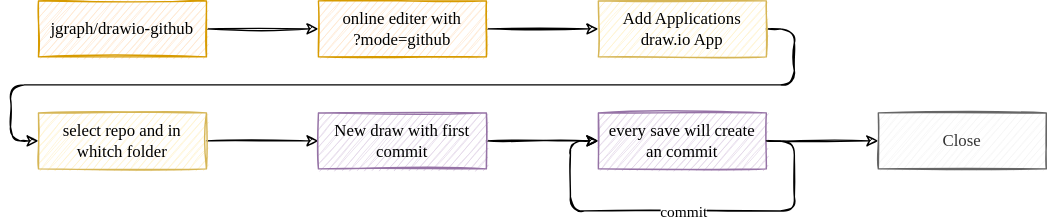
This is demo/drawio_in_github.drawio.svg from toomore/drawio, a draw.io export, as it was before one commit. Source tidied: cells renumbered, new cells last; positions are measured from the earlier drawing's top-left corner, leaving out a move shared by most shapes.
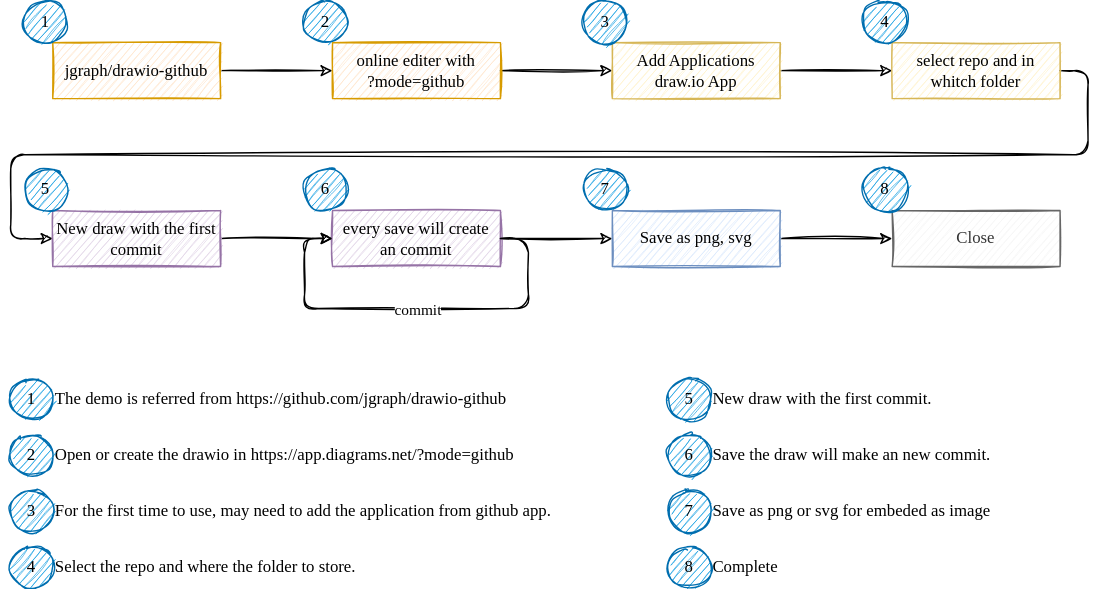
The same diagram one commit later.

The edit, as a diff of the source:
```diff
@@ -2,57 +2,142 @@
   <root>
     <mxCell id="0" />
     <mxCell id="1" parent="0" />
-    <mxCell id="2" style="edgeStyle=orthogonalEdgeStyle;jettySize=auto;html=1;fontFamily=粉圓體;fontSource=https%3A%2F%2Fgithub.com%2Fjustfont%2Fopen-huninn-font%2Fraw%2Fmaster%2Ffont%2Fjf-openhuninn-1.1.ttf;sketch=1;" parent="1" edge="1" source="3" target="5">
+    <mxCell id="2" style="edgeStyle=orthogonalEdgeStyle;jettySize=auto;html=1;fontFamily=粉圓體;fontSource=https%3A%2F%2Fgithub.com%2Fjustfont%2Fopen-huninn-font%2Fraw%2Fmaster%2Ffont%2Fjf-openhuninn-1.1.ttf;rounded=1;sketch=1;" parent="1" edge="1" source="3" target="5">
       <mxGeometry relative="1" as="geometry" />
     </mxCell>
-    <mxCell id="3" value="jgraph/drawio-github" style="whiteSpace=wrap;html=1;fontFamily=粉圓體;fontSource=https%3A%2F%2Fgithub.com%2Fjustfont%2Fopen-huninn-font%2Fraw%2Fmaster%2Ffont%2Fjf-openhuninn-1.1.ttf;fillColor=#ffe6cc;strokeColor=#d79b00;sketch=1;" parent="1" vertex="1">
-      <mxGeometry width="120" height="40" as="geometry" />
+    <mxCell id="3" value="jgraph/drawio-github" style="rounded=0;whiteSpace=wrap;html=1;fontFamily=粉圓體;fontSource=https%3A%2F%2Fgithub.com%2Fjustfont%2Fopen-huninn-font%2Fraw%2Fmaster%2Ffont%2Fjf-openhuninn-1.1.ttf;fillColor=#ffe6cc;strokeColor=#d79b00;sketch=1;" parent="1" vertex="1">
+      <mxGeometry x="10" y="10" width="120" height="40" as="geometry" />
     </mxCell>
-    <mxCell id="4" style="edgeStyle=orthogonalEdgeStyle;jettySize=auto;html=1;fontFamily=粉圓體;fontSource=https%3A%2F%2Fgithub.com%2Fjustfont%2Fopen-huninn-font%2Fraw%2Fmaster%2Ffont%2Fjf-openhuninn-1.1.ttf;sketch=1;" parent="1" edge="1" source="5" target="7">
+    <mxCell id="4" style="edgeStyle=orthogonalEdgeStyle;jettySize=auto;html=1;fontFamily=粉圓體;fontSource=https%3A%2F%2Fgithub.com%2Fjustfont%2Fopen-huninn-font%2Fraw%2Fmaster%2Ffont%2Fjf-openhuninn-1.1.ttf;rounded=1;sketch=1;" parent="1" edge="1" source="5" target="7">
       <mxGeometry relative="1" as="geometry" />
     </mxCell>
-    <mxCell id="5" value="online editer with&lt;br&gt;?mode=github" style="whiteSpace=wrap;html=1;fontFamily=粉圓體;fontSource=https%3A%2F%2Fgithub.com%2Fjustfont%2Fopen-huninn-font%2Fraw%2Fmaster%2Ffont%2Fjf-openhuninn-1.1.ttf;fillColor=#ffe6cc;strokeColor=#d79b00;sketch=1;" parent="1" vertex="1">
-      <mxGeometry x="200" width="120" height="40" as="geometry" />
+    <mxCell id="5" value="online editer with&lt;br&gt;?mode=github" style="rounded=0;whiteSpace=wrap;html=1;fontFamily=粉圓體;fontSource=https%3A%2F%2Fgithub.com%2Fjustfont%2Fopen-huninn-font%2Fraw%2Fmaster%2Ffont%2Fjf-openhuninn-1.1.ttf;fillColor=#ffe6cc;strokeColor=#d79b00;sketch=1;" parent="1" vertex="1">
+      <mxGeometry x="210" y="10" width="120" height="40" as="geometry" />
     </mxCell>
-    <mxCell id="6" style="edgeStyle=orthogonalEdgeStyle;jettySize=auto;html=1;exitX=1;exitY=0.5;exitDx=0;exitDy=0;entryX=0;entryY=0.5;entryDx=0;entryDy=0;fontFamily=粉圓體;fontSource=https%3A%2F%2Fgithub.com%2Fjustfont%2Fopen-huninn-font%2Fraw%2Fmaster%2Ffont%2Fjf-openhuninn-1.1.ttf;sketch=1;" parent="1" edge="1" source="7" target="9">
+    <mxCell id="6" style="edgeStyle=orthogonalEdgeStyle;rounded=0;jettySize=auto;html=1;exitX=1;exitY=0.5;exitDx=0;exitDy=0;entryX=0;entryY=0.5;entryDx=0;entryDy=0;fontFamily=粉圓體;fontSource=https%3A%2F%2Fgithub.com%2Fjustfont%2Fopen-huninn-font%2Fraw%2Fmaster%2Ffont%2Fjf-openhuninn-1.1.ttf;fontColor=#000000;sketch=1;" parent="1" edge="1" source="7" target="9">
       <mxGeometry relative="1" as="geometry" />
     </mxCell>
-    <mxCell id="7" value="Add Applications&lt;br&gt;draw.io App" style="whiteSpace=wrap;html=1;fontFamily=粉圓體;fontSource=https%3A%2F%2Fgithub.com%2Fjustfont%2Fopen-huninn-font%2Fraw%2Fmaster%2Ffont%2Fjf-openhuninn-1.1.ttf;fillColor=#fff2cc;strokeColor=#d6b656;sketch=1;" parent="1" vertex="1">
-      <mxGeometry x="400" width="120" height="40" as="geometry" />
+    <mxCell id="7" value="Add Applications&lt;br&gt;draw.io App" style="rounded=0;whiteSpace=wrap;html=1;fontFamily=粉圓體;fontSource=https%3A%2F%2Fgithub.com%2Fjustfont%2Fopen-huninn-font%2Fraw%2Fmaster%2Ffont%2Fjf-openhuninn-1.1.ttf;fillColor=#fff2cc;strokeColor=#d6b656;sketch=1;" parent="1" vertex="1">
+      <mxGeometry x="410" y="10" width="120" height="40" as="geometry" />
     </mxCell>
-    <mxCell id="8" style="edgeStyle=orthogonalEdgeStyle;jettySize=auto;html=1;fontFamily=粉圓體;fontSource=https%3A%2F%2Fgithub.com%2Fjustfont%2Fopen-huninn-font%2Fraw%2Fmaster%2Ffont%2Fjf-openhuninn-1.1.ttf;sketch=1;" parent="1" edge="1" source="9" target="11">
-      <mxGeometry relative="1" as="geometry" />
-    </mxCell>
+    <mxCell id="17" style="edgeStyle=orthogonalEdgeStyle;rounded=1;jettySize=auto;html=1;exitX=1;exitY=0.5;exitDx=0;exitDy=0;entryX=0;entryY=0.5;entryDx=0;entryDy=0;fontFamily=粉圓體;fontSource=https%3A%2F%2Fgithub.com%2Fjustfont%2Fopen-huninn-font%2Fraw%2Fmaster%2Ffont%2Fjf-openhuninn-1.1.ttf;fontColor=#000000;sketch=1;" parent="1" edge="1" source="9" target="19">
+      <mxGeometry relative="1" as="geometry">
+        <Array as="points">
+          <mxPoint x="750" y="30" />
+          <mxPoint x="750" y="90" />
+          <mxPoint x="-20" y="90" />
+          <mxPoint x="-20" y="150" />
+        </Array>
+      </mxGeometry>
+    </mxCell>
-    <mxCell id="9" value="select repo and in whitch folder" style="whiteSpace=wrap;html=1;fontFamily=粉圓體;fontSource=https%3A%2F%2Fgithub.com%2Fjustfont%2Fopen-huninn-font%2Fraw%2Fmaster%2Ffont%2Fjf-openhuninn-1.1.ttf;fillColor=#fff2cc;strokeColor=#d6b656;sketch=1;" parent="1" vertex="1">
-      <mxGeometry y="80" width="120" height="40" as="geometry" />
+    <mxCell id="9" value="select repo and in whitch folder" style="rounded=0;whiteSpace=wrap;html=1;fontFamily=粉圓體;fontSource=https%3A%2F%2Fgithub.com%2Fjustfont%2Fopen-huninn-font%2Fraw%2Fmaster%2Ffont%2Fjf-openhuninn-1.1.ttf;fillColor=#fff2cc;strokeColor=#d6b656;sketch=1;" parent="1" vertex="1">
+      <mxGeometry x="610" y="10" width="120" height="40" as="geometry" />
     </mxCell>
-    <mxCell id="10" style="edgeStyle=orthogonalEdgeStyle;jettySize=auto;html=1;fontFamily=粉圓體;fontSource=https%3A%2F%2Fgithub.com%2Fjustfont%2Fopen-huninn-font%2Fraw%2Fmaster%2Ffont%2Fjf-openhuninn-1.1.ttf;sketch=1;" parent="1" edge="1" source="11" target="13">
-      <mxGeometry relative="1" as="geometry" />
-    </mxCell>
-    <mxCell id="11" value="New draw with first commit" style="whiteSpace=wrap;html=1;fontFamily=粉圓體;fontSource=https%3A%2F%2Fgithub.com%2Fjustfont%2Fopen-huninn-font%2Fraw%2Fmaster%2Ffont%2Fjf-openhuninn-1.1.ttf;fillColor=#e1d5e7;strokeColor=#9673a6;sketch=1;" parent="1" vertex="1">
-      <mxGeometry x="200" y="80" width="120" height="40" as="geometry" />
-    </mxCell>
-    <mxCell id="12" style="edgeStyle=orthogonalEdgeStyle;jettySize=auto;html=1;fontFamily=粉圓體;fontSource=https%3A%2F%2Fgithub.com%2Fjustfont%2Fopen-huninn-font%2Fraw%2Fmaster%2Ffont%2Fjf-openhuninn-1.1.ttf;sketch=1;" parent="1" edge="1" source="13" target="16">
-      <mxGeometry relative="1" as="geometry" />
-    </mxCell>
+    <mxCell id="18" style="edgeStyle=orthogonalEdgeStyle;rounded=1;jettySize=auto;html=1;fontFamily=粉圓體;fontSource=https%3A%2F%2Fgithub.com%2Fjustfont%2Fopen-huninn-font%2Fraw%2Fmaster%2Ffont%2Fjf-openhuninn-1.1.ttf;sketch=1;" parent="1" edge="1" source="19" target="13">
+      <mxGeometry relative="1" as="geometry" />
+    </mxCell>
+    <mxCell id="19" value="New draw with the first commit" style="rounded=0;whiteSpace=wrap;html=1;fontFamily=粉圓體;fontSource=https%3A%2F%2Fgithub.com%2Fjustfont%2Fopen-huninn-font%2Fraw%2Fmaster%2Ffont%2Fjf-openhuninn-1.1.ttf;fillColor=#e1d5e7;strokeColor=#9673a6;sketch=1;" parent="1" vertex="1">
+      <mxGeometry x="10" y="130" width="120" height="40" as="geometry" />
+    </mxCell>
+    <mxCell id="20" style="edgeStyle=orthogonalEdgeStyle;rounded=1;jettySize=auto;html=1;exitX=1;exitY=0.5;exitDx=0;exitDy=0;entryX=0;entryY=0.5;entryDx=0;entryDy=0;fontFamily=粉圓體;fontSource=https%3A%2F%2Fgithub.com%2Fjustfont%2Fopen-huninn-font%2Fraw%2Fmaster%2Ffont%2Fjf-openhuninn-1.1.ttf;fontColor=#000000;sketch=1;" parent="1" edge="1" source="13" target="43">
+      <mxGeometry relative="1" as="geometry" />
+    </mxCell>
-    <mxCell id="13" value="every save will create an commit" style="whiteSpace=wrap;html=1;fontFamily=粉圓體;fontSource=https%3A%2F%2Fgithub.com%2Fjustfont%2Fopen-huninn-font%2Fraw%2Fmaster%2Ffont%2Fjf-openhuninn-1.1.ttf;fillColor=#e1d5e7;strokeColor=#9673a6;sketch=1;" parent="1" vertex="1">
-      <mxGeometry x="400" y="80" width="120" height="40" as="geometry" />
+    <mxCell id="13" value="every save will create an commit" style="rounded=0;whiteSpace=wrap;html=1;fontFamily=粉圓體;fontSource=https%3A%2F%2Fgithub.com%2Fjustfont%2Fopen-huninn-font%2Fraw%2Fmaster%2Ffont%2Fjf-openhuninn-1.1.ttf;fillColor=#e1d5e7;strokeColor=#9673a6;sketch=1;" parent="1" vertex="1">
+      <mxGeometry x="210" y="130" width="120" height="40" as="geometry" />
     </mxCell>
-    <mxCell id="14" style="edgeStyle=orthogonalEdgeStyle;orthogonalLoop=1;jettySize=auto;html=1;exitX=1;exitY=0.5;exitDx=0;exitDy=0;entryX=0;entryY=0.5;entryDx=0;entryDy=0;fontFamily=粉圓體;fontSource=https%3A%2F%2Fgithub.com%2Fjustfont%2Fopen-huninn-font%2Fraw%2Fmaster%2Ffont%2Fjf-openhuninn-1.1.ttf;sketch=1;" parent="1" edge="1" source="13" target="13">
+    <mxCell id="14" style="edgeStyle=orthogonalEdgeStyle;rounded=1;orthogonalLoop=1;jettySize=auto;html=1;exitX=1;exitY=0.5;exitDx=0;exitDy=0;entryX=0;entryY=0.5;entryDx=0;entryDy=0;fontFamily=粉圓體;fontSource=https%3A%2F%2Fgithub.com%2Fjustfont%2Fopen-huninn-font%2Fraw%2Fmaster%2Ffont%2Fjf-openhuninn-1.1.ttf;sketch=1;" parent="1" edge="1" source="13" target="13">
       <mxGeometry relative="1" as="geometry">
         <Array as="points">
-          <mxPoint x="540" y="100" />
-          <mxPoint x="540" y="150" />
-          <mxPoint x="380" y="150" />
-          <mxPoint x="380" y="100" />
+          <mxPoint x="350" y="150" />
+          <mxPoint x="350" y="200" />
+          <mxPoint x="190" y="200" />
+          <mxPoint x="190" y="150" />
         </Array>
       </mxGeometry>
     </mxCell>
-    <mxCell id="15" value="commit" style="edgeLabel;html=1;align=center;verticalAlign=middle;fontFamily=粉圓體;sketch=1;" parent="14" vertex="1">
+    <mxCell id="15" value="commit" style="edgeLabel;html=1;align=center;verticalAlign=middle;fontFamily=粉圓體;fontSource=https%3A%2F%2Fgithub.com%2Fjustfont%2Fopen-huninn-font%2Fraw%2Fmaster%2Ffont%2Fjf-openhuninn-1.1.ttf;sketch=1;" parent="14" vertex="1">
       <mxGeometry relative="1" as="geometry" />
     </mxCell>
-    <mxCell id="16" value="Close" style="whiteSpace=wrap;html=1;fontFamily=粉圓體;fontSource=https%3A%2F%2Fgithub.com%2Fjustfont%2Fopen-huninn-font%2Fraw%2Fmaster%2Ffont%2Fjf-openhuninn-1.1.ttf;fillColor=#f5f5f5;fontColor=#333333;strokeColor=#666666;sketch=1;" parent="1" vertex="1">
-      <mxGeometry x="600" y="80" width="120" height="40" as="geometry" />
+    <mxCell id="16" value="Close" style="rounded=0;whiteSpace=wrap;html=1;fontFamily=粉圓體;fontSource=https%3A%2F%2Fgithub.com%2Fjustfont%2Fopen-huninn-font%2Fraw%2Fmaster%2Ffont%2Fjf-openhuninn-1.1.ttf;fillColor=#f5f5f5;fontColor=#333333;strokeColor=#666666;sketch=1;" parent="1" vertex="1">
+      <mxGeometry x="610" y="130" width="120" height="40" as="geometry" />
     </mxCell>
+    <mxCell id="21" value="&lt;font color=&quot;#000000&quot;&gt;1&lt;/font&gt;" style="ellipse;whiteSpace=wrap;html=1;fontFamily=粉圓體;fontSource=https%3A%2F%2Fgithub.com%2Fjustfont%2Fopen-huninn-font%2Fraw%2Fmaster%2Ffont%2Fjf-openhuninn-1.1.ttf;fillColor=#1ba1e2;strokeColor=#006EAF;fontColor=#ffffff;sketch=1;" parent="1" vertex="1">
+      <mxGeometry x="-10" y="-20" width="30" height="30" as="geometry" />
+    </mxCell>
+    <mxCell id="22" value="&lt;font color=&quot;#000000&quot;&gt;2&lt;/font&gt;" style="ellipse;whiteSpace=wrap;html=1;fontFamily=粉圓體;fontSource=https%3A%2F%2Fgithub.com%2Fjustfont%2Fopen-huninn-font%2Fraw%2Fmaster%2Ffont%2Fjf-openhuninn-1.1.ttf;fillColor=#1ba1e2;strokeColor=#006EAF;fontColor=#ffffff;sketch=1;" parent="1" vertex="1">
+      <mxGeometry x="190" y="-20" width="30" height="30" as="geometry" />
+    </mxCell>
+    <mxCell id="23" value="&lt;font color=&quot;#000000&quot;&gt;3&lt;/font&gt;" style="ellipse;whiteSpace=wrap;html=1;fontFamily=粉圓體;fontSource=https%3A%2F%2Fgithub.com%2Fjustfont%2Fopen-huninn-font%2Fraw%2Fmaster%2Ffont%2Fjf-openhuninn-1.1.ttf;fillColor=#1ba1e2;strokeColor=#006EAF;fontColor=#ffffff;sketch=1;" parent="1" vertex="1">
+      <mxGeometry x="390" y="-20" width="30" height="30" as="geometry" />
+    </mxCell>
+    <mxCell id="24" value="&lt;font color=&quot;#000000&quot;&gt;4&lt;/font&gt;" style="ellipse;whiteSpace=wrap;html=1;fontFamily=粉圓體;fontSource=https%3A%2F%2Fgithub.com%2Fjustfont%2Fopen-huninn-font%2Fraw%2Fmaster%2Ffont%2Fjf-openhuninn-1.1.ttf;fillColor=#1ba1e2;strokeColor=#006EAF;fontColor=#ffffff;sketch=1;" parent="1" vertex="1">
+      <mxGeometry x="590" y="-20" width="30" height="30" as="geometry" />
+    </mxCell>
+    <mxCell id="25" value="&lt;font color=&quot;#000000&quot;&gt;5&lt;/font&gt;" style="ellipse;whiteSpace=wrap;html=1;fontFamily=粉圓體;fontSource=https%3A%2F%2Fgithub.com%2Fjustfont%2Fopen-huninn-font%2Fraw%2Fmaster%2Ffont%2Fjf-openhuninn-1.1.ttf;fillColor=#1ba1e2;strokeColor=#006EAF;fontColor=#ffffff;sketch=1;" parent="1" vertex="1">
+      <mxGeometry x="-10" y="100" width="30" height="30" as="geometry" />
+    </mxCell>
+    <mxCell id="26" value="&lt;font color=&quot;#000000&quot;&gt;6&lt;/font&gt;" style="ellipse;whiteSpace=wrap;html=1;fontFamily=粉圓體;fontSource=https%3A%2F%2Fgithub.com%2Fjustfont%2Fopen-huninn-font%2Fraw%2Fmaster%2Ffont%2Fjf-openhuninn-1.1.ttf;fillColor=#1ba1e2;strokeColor=#006EAF;fontColor=#ffffff;sketch=1;" parent="1" vertex="1">
+      <mxGeometry x="190" y="100" width="30" height="30" as="geometry" />
+    </mxCell>
+    <mxCell id="27" value="&lt;font color=&quot;#000000&quot;&gt;8&lt;/font&gt;" style="ellipse;whiteSpace=wrap;html=1;fontFamily=粉圓體;fontSource=https%3A%2F%2Fgithub.com%2Fjustfont%2Fopen-huninn-font%2Fraw%2Fmaster%2Ffont%2Fjf-openhuninn-1.1.ttf;fillColor=#1ba1e2;strokeColor=#006EAF;fontColor=#ffffff;sketch=1;" parent="1" vertex="1">
+      <mxGeometry x="590" y="100" width="30" height="30" as="geometry" />
+    </mxCell>
+    <mxCell id="28" value="The demo is referred from &lt;a href=&quot;https://github.com/jgraph/drawio-github&quot;&gt;https://github.com/jgraph/drawio-github&lt;/a&gt;" style="text;html=1;strokeColor=none;fillColor=none;align=left;verticalAlign=middle;whiteSpace=wrap;rounded=0;fontFamily=粉圓體;fontSource=https%3A%2F%2Fgithub.com%2Fjustfont%2Fopen-huninn-font%2Fraw%2Fmaster%2Ffont%2Fjf-openhuninn-1.1.ttf;fontColor=#000000;sketch=1;" parent="1" vertex="1">
+      <mxGeometry x="10" y="250" width="400" height="30" as="geometry" />
+    </mxCell>
+    <mxCell id="29" value="Open or create the drawio in&amp;nbsp;&lt;a href=&quot;https://app.diagrams.net/?mode=github&quot;&gt;https://app.diagrams.net/?mode=github&lt;/a&gt;" style="text;html=1;strokeColor=none;fillColor=none;align=left;verticalAlign=middle;whiteSpace=wrap;rounded=0;fontFamily=粉圓體;fontSource=https%3A%2F%2Fgithub.com%2Fjustfont%2Fopen-huninn-font%2Fraw%2Fmaster%2Ffont%2Fjf-openhuninn-1.1.ttf;fontColor=#000000;sketch=1;" parent="1" vertex="1">
+      <mxGeometry x="10" y="290" width="400" height="30" as="geometry" />
+    </mxCell>
+    <mxCell id="30" value="&lt;font color=&quot;#000000&quot;&gt;1&lt;/font&gt;" style="ellipse;whiteSpace=wrap;html=1;fontFamily=粉圓體;fontSource=https%3A%2F%2Fgithub.com%2Fjustfont%2Fopen-huninn-font%2Fraw%2Fmaster%2Ffont%2Fjf-openhuninn-1.1.ttf;fillColor=#1ba1e2;strokeColor=#006EAF;fontColor=#ffffff;sketch=1;" parent="1" vertex="1">
+      <mxGeometry x="-20" y="250" width="30" height="30" as="geometry" />
+    </mxCell>
+    <mxCell id="31" value="&lt;font color=&quot;#000000&quot;&gt;2&lt;/font&gt;" style="ellipse;whiteSpace=wrap;html=1;fontFamily=粉圓體;fontSource=https%3A%2F%2Fgithub.com%2Fjustfont%2Fopen-huninn-font%2Fraw%2Fmaster%2Ffont%2Fjf-openhuninn-1.1.ttf;fillColor=#1ba1e2;strokeColor=#006EAF;fontColor=#ffffff;sketch=1;" parent="1" vertex="1">
+      <mxGeometry x="-20" y="290" width="30" height="30" as="geometry" />
+    </mxCell>
+    <mxCell id="32" value="For the first time to use, may need to add the application from github app." style="text;html=1;strokeColor=none;fillColor=none;align=left;verticalAlign=middle;whiteSpace=wrap;rounded=0;fontFamily=粉圓體;fontSource=https%3A%2F%2Fgithub.com%2Fjustfont%2Fopen-huninn-font%2Fraw%2Fmaster%2Ffont%2Fjf-openhuninn-1.1.ttf;fontColor=#000000;sketch=1;" parent="1" vertex="1">
+      <mxGeometry x="10" y="330" width="400" height="30" as="geometry" />
+    </mxCell>
+    <mxCell id="33" value="&lt;font color=&quot;#000000&quot;&gt;3&lt;/font&gt;" style="ellipse;whiteSpace=wrap;html=1;fontFamily=粉圓體;fontSource=https%3A%2F%2Fgithub.com%2Fjustfont%2Fopen-huninn-font%2Fraw%2Fmaster%2Ffont%2Fjf-openhuninn-1.1.ttf;fillColor=#1ba1e2;strokeColor=#006EAF;fontColor=#ffffff;sketch=1;" parent="1" vertex="1">
+      <mxGeometry x="-20" y="330" width="30" height="30" as="geometry" />
+    </mxCell>
+    <mxCell id="34" value="Select the repo and where the folder to store." style="text;html=1;strokeColor=none;fillColor=none;align=left;verticalAlign=middle;whiteSpace=wrap;rounded=0;fontFamily=粉圓體;fontSource=https%3A%2F%2Fgithub.com%2Fjustfont%2Fopen-huninn-font%2Fraw%2Fmaster%2Ffont%2Fjf-openhuninn-1.1.ttf;fontColor=#000000;sketch=1;" parent="1" vertex="1">
+      <mxGeometry x="10" y="370" width="400" height="30" as="geometry" />
+    </mxCell>
+    <mxCell id="35" value="&lt;font color=&quot;#000000&quot;&gt;4&lt;/font&gt;" style="ellipse;whiteSpace=wrap;html=1;fontFamily=粉圓體;fontSource=https%3A%2F%2Fgithub.com%2Fjustfont%2Fopen-huninn-font%2Fraw%2Fmaster%2Ffont%2Fjf-openhuninn-1.1.ttf;fillColor=#1ba1e2;strokeColor=#006EAF;fontColor=#ffffff;sketch=1;" parent="1" vertex="1">
+      <mxGeometry x="-20" y="370" width="30" height="30" as="geometry" />
+    </mxCell>
+    <mxCell id="36" value="New draw with the first commit." style="text;html=1;strokeColor=none;fillColor=none;align=left;verticalAlign=middle;whiteSpace=wrap;rounded=0;fontFamily=粉圓體;fontSource=https%3A%2F%2Fgithub.com%2Fjustfont%2Fopen-huninn-font%2Fraw%2Fmaster%2Ffont%2Fjf-openhuninn-1.1.ttf;fontColor=#000000;sketch=1;" parent="1" vertex="1">
+      <mxGeometry x="480" y="250" width="290" height="30" as="geometry" />
+    </mxCell>
+    <mxCell id="37" value="&lt;font color=&quot;#000000&quot;&gt;5&lt;/font&gt;" style="ellipse;whiteSpace=wrap;html=1;fontFamily=粉圓體;fontSource=https%3A%2F%2Fgithub.com%2Fjustfont%2Fopen-huninn-font%2Fraw%2Fmaster%2Ffont%2Fjf-openhuninn-1.1.ttf;fillColor=#1ba1e2;strokeColor=#006EAF;fontColor=#ffffff;sketch=1;" parent="1" vertex="1">
+      <mxGeometry x="450" y="250" width="30" height="30" as="geometry" />
+    </mxCell>
+    <mxCell id="38" value="Save the draw will make an new commit." style="text;html=1;strokeColor=none;fillColor=none;align=left;verticalAlign=middle;whiteSpace=wrap;rounded=0;fontFamily=粉圓體;fontSource=https%3A%2F%2Fgithub.com%2Fjustfont%2Fopen-huninn-font%2Fraw%2Fmaster%2Ffont%2Fjf-openhuninn-1.1.ttf;fontColor=#000000;sketch=1;" parent="1" vertex="1">
+      <mxGeometry x="480" y="290" width="290" height="30" as="geometry" />
+    </mxCell>
+    <mxCell id="39" value="&lt;font color=&quot;#000000&quot;&gt;6&lt;/font&gt;" style="ellipse;whiteSpace=wrap;html=1;fontFamily=粉圓體;fontSource=https%3A%2F%2Fgithub.com%2Fjustfont%2Fopen-huninn-font%2Fraw%2Fmaster%2Ffont%2Fjf-openhuninn-1.1.ttf;fillColor=#1ba1e2;strokeColor=#006EAF;fontColor=#ffffff;sketch=1;" parent="1" vertex="1">
+      <mxGeometry x="450" y="290" width="30" height="30" as="geometry" />
+    </mxCell>
+    <mxCell id="40" value="Save as png or svg for embeded as image" style="text;html=1;strokeColor=none;fillColor=none;align=left;verticalAlign=middle;whiteSpace=wrap;rounded=0;fontFamily=粉圓體;fontSource=https%3A%2F%2Fgithub.com%2Fjustfont%2Fopen-huninn-font%2Fraw%2Fmaster%2Ffont%2Fjf-openhuninn-1.1.ttf;fontColor=#000000;sketch=1;" parent="1" vertex="1">
+      <mxGeometry x="480" y="330" width="290" height="30" as="geometry" />
+    </mxCell>
+    <mxCell id="41" value="&lt;font color=&quot;#000000&quot;&gt;7&lt;/font&gt;" style="ellipse;whiteSpace=wrap;html=1;fontFamily=粉圓體;fontSource=https%3A%2F%2Fgithub.com%2Fjustfont%2Fopen-huninn-font%2Fraw%2Fmaster%2Ffont%2Fjf-openhuninn-1.1.ttf;fillColor=#1ba1e2;strokeColor=#006EAF;fontColor=#ffffff;sketch=1;" parent="1" vertex="1">
+      <mxGeometry x="450" y="330" width="30" height="30" as="geometry" />
+    </mxCell>
+    <mxCell id="42" style="edgeStyle=orthogonalEdgeStyle;rounded=1;jettySize=auto;html=1;exitX=1;exitY=0.5;exitDx=0;exitDy=0;entryX=0;entryY=0.5;entryDx=0;entryDy=0;fontFamily=粉圓體;fontSource=https%3A%2F%2Fgithub.com%2Fjustfont%2Fopen-huninn-font%2Fraw%2Fmaster%2Ffont%2Fjf-openhuninn-1.1.ttf;fontColor=#000000;sketch=1;" parent="1" edge="1" source="43" target="16">
+      <mxGeometry relative="1" as="geometry" />
+    </mxCell>
+    <mxCell id="43" value="Save as png, svg" style="rounded=0;whiteSpace=wrap;html=1;fontFamily=粉圓體;fontSource=https%3A%2F%2Fgithub.com%2Fjustfont%2Fopen-huninn-font%2Fraw%2Fmaster%2Ffont%2Fjf-openhuninn-1.1.ttf;fillColor=#dae8fc;strokeColor=#6c8ebf;sketch=1;" parent="1" vertex="1">
+      <mxGeometry x="410" y="130" width="120" height="40" as="geometry" />
+    </mxCell>
+    <mxCell id="44" value="&lt;font color=&quot;#000000&quot;&gt;7&lt;/font&gt;" style="ellipse;whiteSpace=wrap;html=1;fontFamily=粉圓體;fontSource=https%3A%2F%2Fgithub.com%2Fjustfont%2Fopen-huninn-font%2Fraw%2Fmaster%2Ffont%2Fjf-openhuninn-1.1.ttf;fillColor=#1ba1e2;strokeColor=#006EAF;fontColor=#ffffff;sketch=1;" parent="1" vertex="1">
+      <mxGeometry x="390" y="100" width="30" height="30" as="geometry" />
+    </mxCell>
+    <mxCell id="45" value="Complete" style="text;html=1;strokeColor=none;fillColor=none;align=left;verticalAlign=middle;whiteSpace=wrap;rounded=0;fontFamily=粉圓體;fontSource=https%3A%2F%2Fgithub.com%2Fjustfont%2Fopen-huninn-font%2Fraw%2Fmaster%2Ffont%2Fjf-openhuninn-1.1.ttf;fontColor=#000000;sketch=1;" parent="1" vertex="1">
+      <mxGeometry x="480" y="370" width="290" height="30" as="geometry" />
+    </mxCell>
+    <mxCell id="46" value="&lt;font color=&quot;#000000&quot;&gt;8&lt;/font&gt;" style="ellipse;whiteSpace=wrap;html=1;fontFamily=粉圓體;fontSource=https%3A%2F%2Fgithub.com%2Fjustfont%2Fopen-huninn-font%2Fraw%2Fmaster%2Ffont%2Fjf-openhuninn-1.1.ttf;fillColor=#1ba1e2;strokeColor=#006EAF;fontColor=#ffffff;sketch=1;" parent="1" vertex="1">
+      <mxGeometry x="450" y="370" width="30" height="30" as="geometry" />
+    </mxCell>
   </root>
 </mxGraphModel>
```
